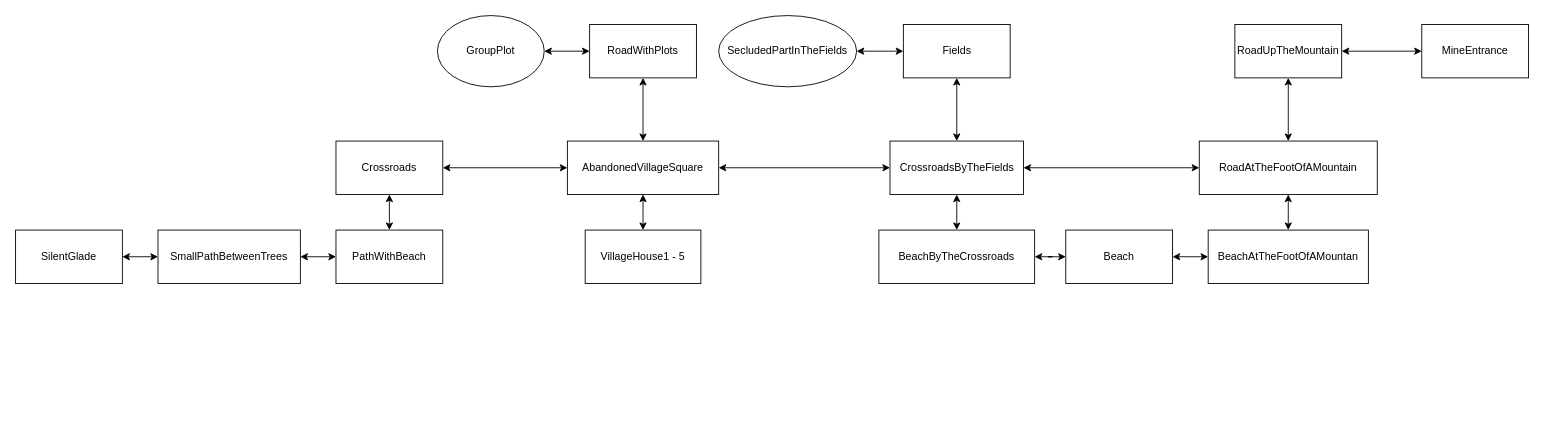
Flosus/CodeToSurvive keeps this draw.io diagram as documentation/Development/MapCeoncept.drawio. Above is the earlier version. Source tidied: cells renumbered, new cells numbered last; positions are measured from the earlier drawing's top-left corner, leaving out a move shared by most shapes. Both pictures are drawn from the tidied source at 89%, with x=0, y=0 at pixel (15, 15).
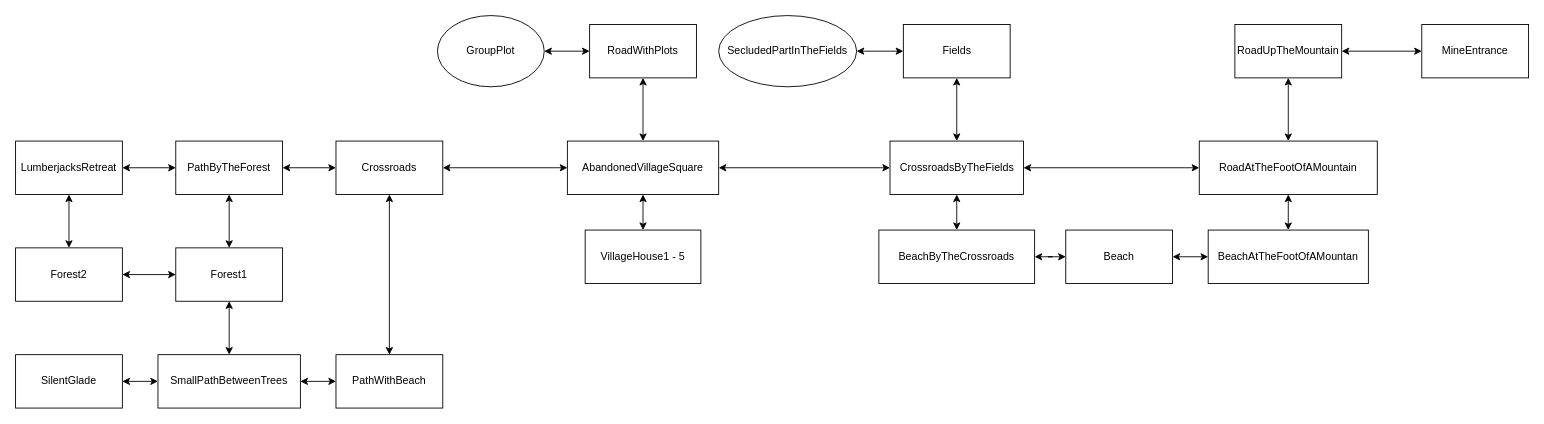
Above is the later version.

The change refers to these unchanged cells:
```xml
<mxCell id="9" value="Crossroads" style="rounded=0;whiteSpace=wrap;html=1;" parent="1" vertex="1">
  <mxGeometry x="360" y="141" width="120" height="60" as="geometry" />
</mxCell>
```

The edit, as a diff of the source:
```diff
@@
     <mxCell id="3" value="SilentGlade" style="rounded=0;whiteSpace=wrap;html=1;" parent="1" vertex="1">
-      <mxGeometry y="241" width="120" height="60" as="geometry" />
+      <mxGeometry y="381" width="120" height="60" as="geometry" />
     </mxCell>
@@
+    <mxCell id="36" style="edgeStyle=orthogonalEdgeStyle;rounded=0;jettySize=auto;html=1;startArrow=classic;startFill=1;" parent="1" edge="1" source="5" target="39">
+      <mxGeometry relative="1" as="geometry" />
+    </mxCell>
     <mxCell id="5" value="SmallPathBetweenTrees" style="rounded=0;whiteSpace=wrap;html=1;" parent="1" vertex="1">
-      <mxGeometry x="160" y="241" width="160" height="60" as="geometry" />
+      <mxGeometry x="160" y="381" width="160" height="60" as="geometry" />
     </mxCell>
@@
     <mxCell id="7" value="PathWithBeach" style="rounded=0;whiteSpace=wrap;html=1;" parent="1" vertex="1">
-      <mxGeometry x="360" y="241" width="120" height="60" as="geometry" />
+      <mxGeometry x="360" y="381" width="120" height="60" as="geometry" />
     </mxCell>
@@
+    <mxCell id="37" style="edgeStyle=orthogonalEdgeStyle;rounded=0;jettySize=auto;html=1;startArrow=classic;startFill=1;" parent="1" edge="1" source="39" target="42">
+      <mxGeometry relative="1" as="geometry" />
+    </mxCell>
+    <mxCell id="38" style="edgeStyle=orthogonalEdgeStyle;rounded=0;jettySize=auto;html=1;startArrow=classic;startFill=1;" parent="1" edge="1" source="39" target="45">
+      <mxGeometry relative="1" as="geometry" />
+    </mxCell>
+    <mxCell id="39" value="Forest1" style="rounded=0;whiteSpace=wrap;html=1;" parent="1" vertex="1">
+      <mxGeometry x="180" y="261" width="120" height="60" as="geometry" />
+    </mxCell>
+    <mxCell id="40" style="edgeStyle=orthogonalEdgeStyle;rounded=0;jettySize=auto;html=1;startArrow=classic;startFill=1;" parent="1" edge="1" source="42" target="9">
+      <mxGeometry relative="1" as="geometry" />
+    </mxCell>
+    <mxCell id="41" style="edgeStyle=orthogonalEdgeStyle;rounded=0;jettySize=auto;html=1;startArrow=classic;startFill=1;" parent="1" edge="1" source="42" target="43">
+      <mxGeometry relative="1" as="geometry" />
+    </mxCell>
+    <mxCell id="42" value="PathByTheForest" style="rounded=0;whiteSpace=wrap;html=1;" parent="1" vertex="1">
+      <mxGeometry x="180" y="141" width="120" height="60" as="geometry" />
+    </mxCell>
+    <mxCell id="43" value="LumberjacksRetreat" style="rounded=0;whiteSpace=wrap;html=1;" parent="1" vertex="1">
+      <mxGeometry y="141" width="120" height="60" as="geometry" />
+    </mxCell>
+    <mxCell id="44" style="edgeStyle=orthogonalEdgeStyle;rounded=0;jettySize=auto;html=1;startArrow=classic;startFill=1;" parent="1" edge="1" source="45" target="43">
+      <mxGeometry relative="1" as="geometry" />
+    </mxCell>
+    <mxCell id="45" value="Forest2" style="rounded=0;whiteSpace=wrap;html=1;" parent="1" vertex="1">
+      <mxGeometry y="261" width="120" height="60" as="geometry" />
+    </mxCell>
```
